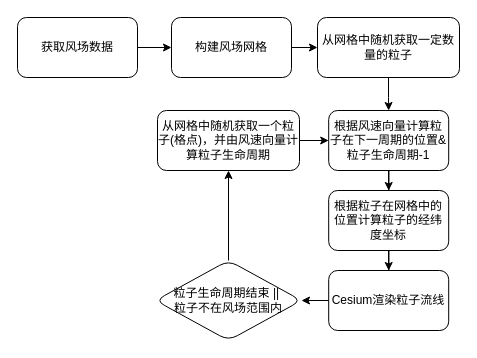
Above: particle-draw.drawio in xiangsanliu/drawio (draw.io), before the change. Source tidied: cells renumbered, new cells numbered last; positions are measured from the earlier drawing's top-left corner, leaving out a move shared by most shapes. Both pictures are drawn from the tidied source at 100%, with x=0, y=0 at pixel (17, 17).
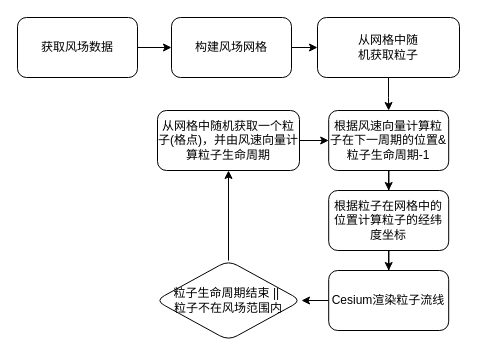
After the change.

Diff of the diagram source:
```diff
@@
 <mxGraphModel>
   <root>
     <mxCell id="0" />
     <mxCell id="1" parent="0" />
     <mxCell id="2" style="edgeStyle=orthogonalEdgeStyle;rounded=0;jettySize=auto;html=1;" parent="1" edge="1" source="3" target="5">
       <mxGeometry relative="1" as="geometry" />
     </mxCell>
     <mxCell id="3" value="获取风场数据" style="rounded=1;whiteSpace=wrap;html=1;" parent="1" vertex="1">
       <mxGeometry width="120" height="60" as="geometry" />
     </mxCell>
     <mxCell id="4" style="edgeStyle=orthogonalEdgeStyle;rounded=0;jettySize=auto;html=1;" parent="1" edge="1" source="5" target="6">
       <mxGeometry relative="1" as="geometry" />
     </mxCell>
     <mxCell id="5" value="构建风场网格" style="whiteSpace=wrap;html=1;rounded=1;" parent="1" vertex="1">
       <mxGeometry x="154" width="120" height="60" as="geometry" />
     </mxCell>
-    <mxCell id="6" value="从网格中随机获取一定数量的粒子" style="whiteSpace=wrap;html=1;rounded=1;" parent="1" vertex="1">
+    <mxCell id="6" value="从网格中随&lt;br&gt;机获取粒子" style="whiteSpace=wrap;html=1;rounded=1;" parent="1" vertex="1">
       <mxGeometry x="300" width="142" height="60" as="geometry" />
     </mxCell>
     <mxCell id="7" style="edgeStyle=orthogonalEdgeStyle;rounded=0;jettySize=auto;html=1;exitX=0.5;exitY=1;exitDx=0;exitDy=0;" parent="1" edge="1" source="6" target="9">
       <mxGeometry relative="1" as="geometry" />
     </mxCell>
     <mxCell id="8" style="edgeStyle=orthogonalEdgeStyle;rounded=0;jettySize=auto;html=1;" parent="1" edge="1" source="9" target="11">
       <mxGeometry relative="1" as="geometry" />
     </mxCell>
     <mxCell id="9" value="根据风速向量计算粒子在下一周期的位置&amp;amp;粒子生命周期-1" style="whiteSpace=wrap;html=1;rounded=1;" parent="1" vertex="1">
       <mxGeometry x="311.2" y="93" width="120" height="60" as="geometry" />
     </mxCell>
     <mxCell id="10" style="edgeStyle=orthogonalEdgeStyle;rounded=0;jettySize=auto;html=1;" parent="1" edge="1" source="11" target="13">
       <mxGeometry relative="1" as="geometry" />
     </mxCell>
     <mxCell id="11" value="&lt;div&gt;根据粒子在网格中的位置计算粒子的经纬度坐标&lt;/div&gt;" style="whiteSpace=wrap;html=1;rounded=1;" parent="1" vertex="1">
       <mxGeometry x="311.2" y="173" width="120" height="60" as="geometry" />
     </mxCell>
     <mxCell id="12" style="edgeStyle=orthogonalEdgeStyle;rounded=0;jettySize=auto;html=1;entryX=1;entryY=0.5;entryDx=0;entryDy=0;" parent="1" edge="1" source="13" target="15">
       <mxGeometry relative="1" as="geometry" />
     </mxCell>
     <mxCell id="13" value="Cesium渲染粒子流线" style="whiteSpace=wrap;html=1;rounded=1;" parent="1" vertex="1">
       <mxGeometry x="311.2" y="253" width="120" height="60" as="geometry" />
     </mxCell>
     <mxCell id="14" style="edgeStyle=orthogonalEdgeStyle;rounded=0;jettySize=auto;html=1;entryX=0.5;entryY=1;entryDx=0;entryDy=0;" parent="1" edge="1" source="15" target="17">
       <mxGeometry relative="1" as="geometry" />
     </mxCell>
     <mxCell id="15" value="粒子生命周期结束 ||&amp;nbsp;&lt;br&gt;&lt;div&gt;粒子不在风场范围内&lt;/div&gt;" style="rhombus;whiteSpace=wrap;html=1;rounded=1;" parent="1" vertex="1">
       <mxGeometry x="138" y="243" width="146" height="80" as="geometry" />
     </mxCell>
     <mxCell id="16" style="edgeStyle=orthogonalEdgeStyle;rounded=0;jettySize=auto;html=1;" parent="1" edge="1" source="17" target="9">
       <mxGeometry relative="1" as="geometry" />
     </mxCell>
     <mxCell id="17" value="从网格中随机获取一个粒子(格点)，并由风速向量计算粒子生命周期" style="whiteSpace=wrap;html=1;rounded=1;" parent="1" vertex="1">
       <mxGeometry x="140" y="93" width="142" height="60" as="geometry" />
     </mxCell>
   </root>
 </mxGraphModel>
```
